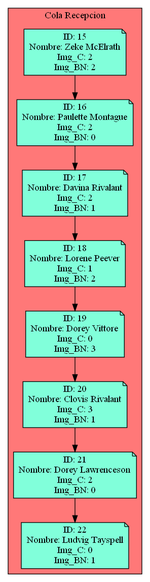
Before: Cola_Reception.png, a diagram exported from Graphviz (Serch-ING/EDD_UDRAWING_202000119). Its source is kept beside it as Cola_Reception.dot.
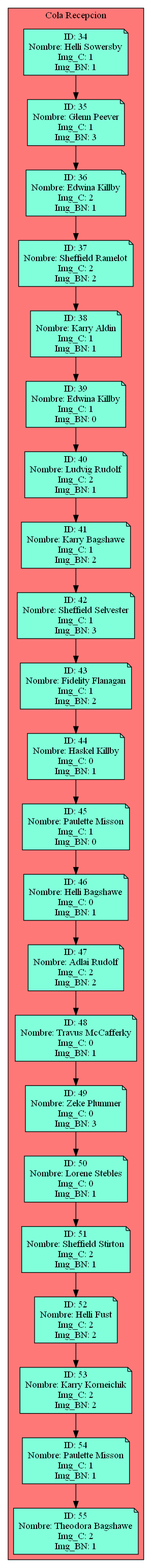
After the change.

The edit, as a diff of the source:
```diff
@@ -3,43 +3,113 @@
 subgraph cluster_p{
     label= " Cola Recepcion "
     bgcolor = "#FF7878"
-Nodo1888442711[label="ID: 15
-Nombre: Zeke McElrath
+Nodo574434418[label="ID: 34
+Nombre: Helli Sowersby
+Img_C: 1
+Img_BN: 1",fillcolor="#81FFDA"]
+Nodo1546908073[label="ID: 35
+Nombre: Glenn Peever
+Img_C: 1
+Img_BN: 3",fillcolor="#81FFDA"]
+Nodo371439501[label="ID: 36
+Nombre: Edwina Killby
+Img_C: 2
+Img_BN: 1",fillcolor="#81FFDA"]
+Nodo210506412[label="ID: 37
+Nombre: Sheffield Ramelot
 Img_C: 2
 Img_BN: 2",fillcolor="#81FFDA"]
-Nodo1780034814[label="ID: 16
-Nombre: Paulette Montague
-Img_C: 2
+Nodo1617550160[label="ID: 38
+Nombre: Karry Aldin
+Img_C: 1
+Img_BN: 1",fillcolor="#81FFDA"]
+Nodo1325124186[label="ID: 39
+Nombre: Edwina Killby
+Img_C: 1
 Img_BN: 0",fillcolor="#81FFDA"]
-Nodo1360657223[label="ID: 17
-Nombre: Davina Rivalant
+Nodo461160828[label="ID: 40
+Nombre: Ludvig Rudolf
 Img_C: 2
 Img_BN: 1",fillcolor="#81FFDA"]
-Nodo1905485420[label="ID: 18
-Nombre: Lorene Peever
+Nodo1954406292[label="ID: 41
+Nombre: Karry Bagshawe
 Img_C: 1
 Img_BN: 2",fillcolor="#81FFDA"]
-Nodo1438098656[label="ID: 19
-Nombre: Dorey Vittore
+Nodo904058452[label="ID: 42
+Nombre: Sheffield Selvester
+Img_C: 1
+Img_BN: 3",fillcolor="#81FFDA"]
+Nodo1961945640[label="ID: 43
+Nombre: Fidelity Flanagan
+Img_C: 1
+Img_BN: 2",fillcolor="#81FFDA"]
+Nodo708533063[label="ID: 44
+Nombre: Haskel Killby
+Img_C: 0
+Img_BN: 1",fillcolor="#81FFDA"]
+Nodo1438030319[label="ID: 45
+Nombre: Paulette Misson
+Img_C: 1
+Img_BN: 0",fillcolor="#81FFDA"]
+Nodo902830499[label="ID: 46
+Nombre: Helli Bagshawe
+Img_C: 0
+Img_BN: 1",fillcolor="#81FFDA"]
+Nodo807657332[label="ID: 47
+Nombre: Adlai Rudolf
+Img_C: 2
+Img_BN: 2",fillcolor="#81FFDA"]
+Nodo825936265[label="ID: 48
+Nombre: Travus McCafferky
+Img_C: 0
+Img_BN: 1",fillcolor="#81FFDA"]
+Nodo1164107853[label="ID: 49
+Nombre: Zeke Plummer
 Img_C: 0
 Img_BN: 3",fillcolor="#81FFDA"]
-Nodo858952163[label="ID: 20
-Nombre: Clovis Rivalant
-Img_C: 3
-Img_BN: 1",fillcolor="#81FFDA"]
-Nodo1509791656[label="ID: 21
-Nombre: Dorey Lawrenceson
-Img_C: 2
-Img_BN: 0",fillcolor="#81FFDA"]
-Nodo257608164[label="ID: 22
-Nombre: Ludvig Tayspell
+Nodo709865851[label="ID: 50
+Nombre: Lorene Stebles
 Img_C: 0
 Img_BN: 1",fillcolor="#81FFDA"]
-Nodo1888442711 -> Nodo1780034814
-Nodo1780034814 -> Nodo1360657223
-Nodo1360657223 -> Nodo1905485420
-Nodo1905485420 -> Nodo1438098656
-Nodo1438098656 -> Nodo858952163
-Nodo858952163 -> Nodo1509791656
-Nodo1509791656 -> Nodo257608164
+Nodo1550207152[label="ID: 51
+Nombre: Sheffield Stirton
+Img_C: 2
+Img_BN: 1",fillcolor="#81FFDA"]
+Nodo1864230087[label="ID: 52
+Nombre: Helli Fust
+Img_C: 2
+Img_BN: 2",fillcolor="#81FFDA"]
+Nodo1280851663[label="ID: 53
+Nombre: Karry Korneichik
+Img_C: 2
+Img_BN: 2",fillcolor="#81FFDA"]
+Nodo846254484[label="ID: 54
+Nombre: Paulette Misson
+Img_C: 1
+Img_BN: 1",fillcolor="#81FFDA"]
+Nodo592983282[label="ID: 55
+Nombre: Theodora Bagshawe
+Img_C: 2
+Img_BN: 1",fillcolor="#81FFDA"]
+Nodo574434418 -> Nodo1546908073
+Nodo1546908073 -> Nodo371439501
+Nodo371439501 -> Nodo210506412
+Nodo210506412 -> Nodo1617550160
+Nodo1617550160 -> Nodo1325124186
+Nodo1325124186 -> Nodo461160828
+Nodo461160828 -> Nodo1954406292
+Nodo1954406292 -> Nodo904058452
+Nodo904058452 -> Nodo1961945640
+Nodo1961945640 -> Nodo708533063
+Nodo708533063 -> Nodo1438030319
+Nodo1438030319 -> Nodo902830499
+Nodo902830499 -> Nodo807657332
+Nodo807657332 -> Nodo825936265
+Nodo825936265 -> Nodo1164107853
+Nodo1164107853 -> Nodo709865851
+Nodo709865851 -> Nodo1550207152
+Nodo1550207152 -> Nodo1864230087
+Nodo1864230087 -> Nodo1280851663
+Nodo1280851663 -> Nodo846254484
+Nodo846254484 -> Nodo592983282
 }}
```
